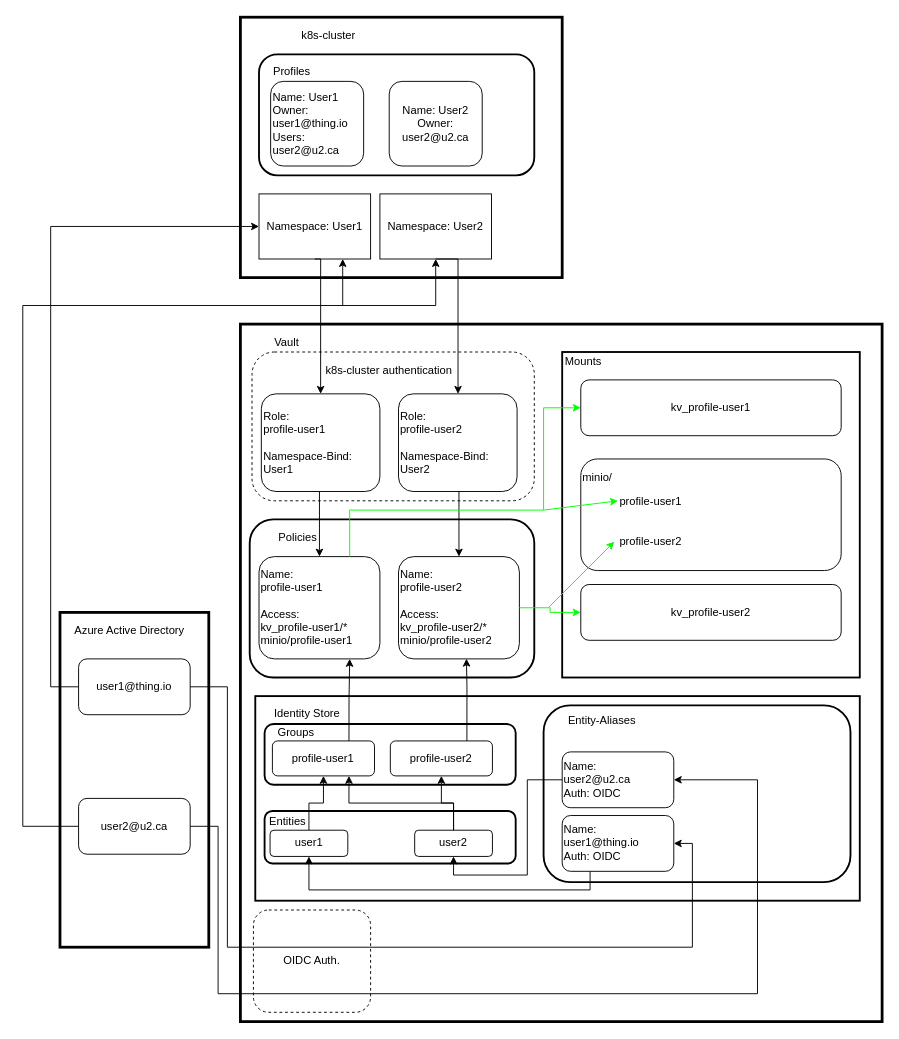
This is docs/images/kubeflow-controller.drawio from StatCan/aaw-kubeflow-controller, a draw.io file, before an edit. Source tidied: cells renumbered, new cells numbered last; positions are measured from the earlier drawing's top-left corner, leaving out a move shared by most shapes. Both pictures are drawn from the tidied source at 93%, with x=0, y=0 at pixel (22, 17).
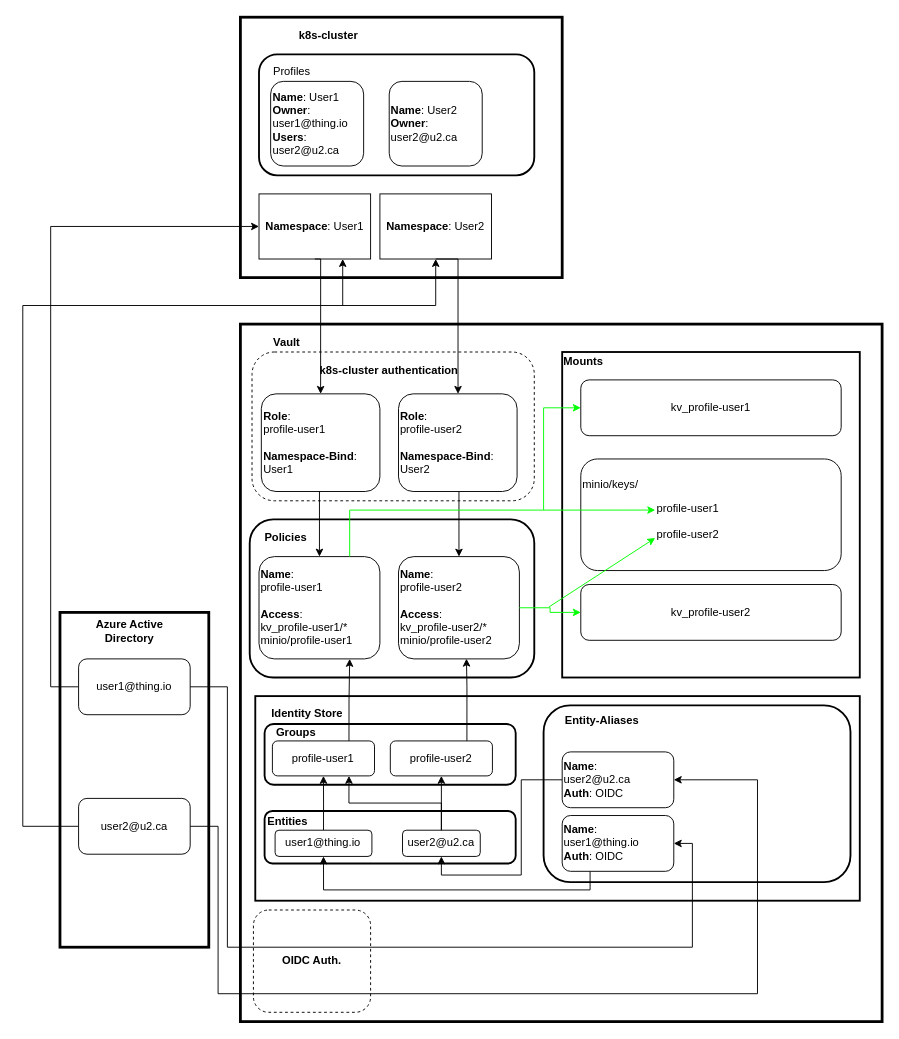
The same diagram, later.

Commit message (it also covers changes not shown here):
chore(docs + diagram): Updated the diagram to be more legible.

Change to the diagram source:
```diff
@@
-    <mxCell id="3" value="k8s-cluster" style="text;html=1;strokeColor=none;fillColor=none;align=center;verticalAlign=middle;whiteSpace=wrap;rounded=0;" parent="1" vertex="1">
+    <mxCell id="3" value="k8s-cluster" style="text;html=1;strokeColor=none;fillColor=none;align=center;verticalAlign=middle;whiteSpace=wrap;rounded=0;fontStyle=1;" parent="1" vertex="1">
       <mxGeometry x="244" y="10" width="170" height="20" as="geometry" />
     </mxCell>
@@
-    <mxCell id="6" value="&lt;div align=&quot;left&quot;&gt;Name: User1&lt;br&gt;Owner: user1@thing.io&lt;br&gt;Users:&lt;br&gt;&lt;/div&gt;&lt;div align=&quot;left&quot;&gt;user2@u2.ca&lt;br&gt;&lt;/div&gt;" style="rounded=1;whiteSpace=wrap;html=1;align=left;" parent="1" vertex="1">
+    <mxCell id="6" value="&lt;div align=&quot;left&quot;&gt;&lt;b&gt;Name&lt;/b&gt;: User1&lt;br&gt;&lt;b&gt;Owner&lt;/b&gt;: user1@thing.io&lt;br&gt;&lt;b&gt;Users&lt;/b&gt;:&lt;br&gt;&lt;/div&gt;&lt;div align=&quot;left&quot;&gt;user2@u2.ca&lt;br&gt;&lt;/div&gt;" style="rounded=1;whiteSpace=wrap;html=1;align=left;" parent="1" vertex="1">
       <mxGeometry x="266.5" y="69" width="100" height="91" as="geometry" />
     </mxCell>
-    <mxCell id="7" value="&lt;div&gt;Name: User2&lt;/div&gt;&lt;div&gt;Owner: &lt;br&gt;&lt;/div&gt;&lt;div&gt;user2@u2.ca&lt;br&gt;&lt;/div&gt;" style="rounded=1;whiteSpace=wrap;html=1;" parent="1" vertex="1">
+    <mxCell id="7" value="&lt;div&gt;&lt;b&gt;Name&lt;/b&gt;: User2&lt;/div&gt;&lt;div&gt;&lt;b&gt;Owner&lt;/b&gt;: &lt;br&gt;&lt;/div&gt;&lt;div&gt;user2@u2.ca&lt;br&gt;&lt;/div&gt;" style="rounded=1;whiteSpace=wrap;html=1;align=left;" parent="1" vertex="1">
       <mxGeometry x="394" y="69" width="100" height="91" as="geometry" />
     </mxCell>
-    <mxCell id="8" value="Namespace: User1" style="rounded=0;whiteSpace=wrap;html=1;" parent="1" vertex="1">
+    <mxCell id="8" value="&lt;b&gt;Namespace&lt;/b&gt;: User1" style="rounded=0;whiteSpace=wrap;html=1;" parent="1" vertex="1">
       <mxGeometry x="254" y="190" width="120" height="70" as="geometry" />
     </mxCell>
-    <mxCell id="9" value="Namespace: User2" style="rounded=0;whiteSpace=wrap;html=1;" parent="1" vertex="1">
+    <mxCell id="9" value="&lt;b&gt;Namespace&lt;/b&gt;: User2" style="rounded=0;whiteSpace=wrap;html=1;" parent="1" vertex="1">
       <mxGeometry x="384" y="190" width="120" height="70" as="geometry" />
     </mxCell>
@@
-    <mxCell id="12" value="k8s-cluster authentication" style="text;html=1;strokeColor=none;fillColor=none;align=center;verticalAlign=middle;whiteSpace=wrap;rounded=0;" parent="1" vertex="1">
+    <mxCell id="12" value="k8s-cluster authentication" style="text;html=1;strokeColor=none;fillColor=none;align=center;verticalAlign=middle;whiteSpace=wrap;rounded=0;fontStyle=1;" parent="1" vertex="1">
       <mxGeometry x="284" y="370" width="220" height="20" as="geometry" />
     </mxCell>
-    <mxCell id="13" value="&lt;div&gt;Vault&lt;/div&gt;" style="text;html=1;strokeColor=none;fillColor=none;align=center;verticalAlign=middle;whiteSpace=wrap;rounded=0;" parent="1" vertex="1">
+    <mxCell id="13" value="&lt;div&gt;Vault&lt;/div&gt;" style="text;html=1;strokeColor=none;fillColor=none;align=center;verticalAlign=middle;whiteSpace=wrap;rounded=0;fontStyle=1;" parent="1" vertex="1">
       <mxGeometry x="264" y="340" width="40" height="20" as="geometry" />
     </mxCell>
-    <mxCell id="14" value="&lt;div align=&quot;left&quot;&gt;Role: &lt;br&gt;&lt;/div&gt;&lt;div align=&quot;left&quot;&gt;profile-user1&lt;/div&gt;&lt;div align=&quot;left&quot;&gt;&lt;br&gt;&lt;/div&gt;&lt;div align=&quot;left&quot;&gt;Namespace-Bind:&lt;/div&gt;&lt;div align=&quot;left&quot;&gt;User1&lt;br&gt;&lt;/div&gt;" style="rounded=1;whiteSpace=wrap;html=1;align=left;" parent="1" vertex="1">
+    <mxCell id="14" value="&lt;div align=&quot;left&quot;&gt;&lt;b&gt;Role&lt;/b&gt;: &lt;br&gt;&lt;/div&gt;&lt;div align=&quot;left&quot;&gt;profile-user1&lt;/div&gt;&lt;div align=&quot;left&quot;&gt;&lt;br&gt;&lt;/div&gt;&lt;div align=&quot;left&quot;&gt;&lt;b&gt;Namespace-Bind&lt;/b&gt;:&lt;/div&gt;&lt;div align=&quot;left&quot;&gt;User1&lt;br&gt;&lt;/div&gt;" style="rounded=1;whiteSpace=wrap;html=1;align=left;" parent="1" vertex="1">
       <mxGeometry x="256.5" y="405" width="127.5" height="105" as="geometry" />
     </mxCell>
@@
-    <mxCell id="16" value="&lt;div&gt;Name:&lt;/div&gt;&lt;div&gt;profile-user1&lt;/div&gt;&lt;div&gt;&lt;br&gt;&lt;/div&gt;&lt;div&gt;Access:&lt;/div&gt;&lt;div&gt;kv_profile-user1/*&lt;/div&gt;&lt;div&gt;minio/profile-user1&lt;br&gt;&lt;/div&gt;" style="rounded=1;whiteSpace=wrap;html=1;align=left;" parent="1" vertex="1">
+    <mxCell id="16" value="&lt;div&gt;&lt;b&gt;Name&lt;/b&gt;:&lt;/div&gt;&lt;div&gt;profile-user1&lt;/div&gt;&lt;div&gt;&lt;br&gt;&lt;/div&gt;&lt;div&gt;&lt;b&gt;Access&lt;/b&gt;:&lt;/div&gt;&lt;div&gt;kv_profile-user1/*&lt;/div&gt;&lt;div&gt;minio/profile-user1&lt;br&gt;&lt;/div&gt;" style="rounded=1;whiteSpace=wrap;html=1;align=left;" parent="1" vertex="1">
       <mxGeometry x="254" y="580" width="130" height="110" as="geometry" />
     </mxCell>
-    <mxCell id="17" value="Policies" style="text;html=1;strokeColor=none;fillColor=none;align=center;verticalAlign=middle;whiteSpace=wrap;rounded=0;" parent="1" vertex="1">
-      <mxGeometry x="256.5" y="550" width="77.5" height="20" as="geometry" />
+    <mxCell id="17" value="Policies" style="text;html=1;strokeColor=none;fillColor=none;align=center;verticalAlign=middle;whiteSpace=wrap;rounded=0;fontStyle=1;" parent="1" vertex="1">
+      <mxGeometry x="244" y="550" width="77.5" height="20" as="geometry" />
     </mxCell>
-    <mxCell id="18" value="&lt;div&gt;Name:&lt;/div&gt;&lt;div&gt;profile-user2&lt;/div&gt;&lt;div&gt;&lt;br&gt;&lt;/div&gt;&lt;div&gt;Access:&lt;/div&gt;&lt;div&gt;kv_profile-user2/*&lt;/div&gt;&lt;div&gt;minio/profile-user2&lt;/div&gt;" style="rounded=1;whiteSpace=wrap;html=1;align=left;" parent="1" vertex="1">
+    <mxCell id="18" value="&lt;div&gt;&lt;b&gt;Name&lt;/b&gt;:&lt;/div&gt;&lt;div&gt;profile-user2&lt;/div&gt;&lt;div&gt;&lt;br&gt;&lt;/div&gt;&lt;div&gt;&lt;b&gt;Access&lt;/b&gt;:&lt;/div&gt;&lt;div&gt;kv_profile-user2/*&lt;/div&gt;&lt;div&gt;minio/profile-user2&lt;/div&gt;" style="rounded=1;whiteSpace=wrap;html=1;align=left;" parent="1" vertex="1">
       <mxGeometry x="404" y="580" width="130" height="110" as="geometry" />
     </mxCell>
@@
-    <mxCell id="20" value="&lt;div align=&quot;left&quot;&gt;Role: &lt;br&gt;&lt;/div&gt;&lt;div align=&quot;left&quot;&gt;profile-user2&lt;/div&gt;&lt;div align=&quot;left&quot;&gt;&lt;br&gt;&lt;/div&gt;&lt;div align=&quot;left&quot;&gt;Namespace-Bind:&lt;/div&gt;&lt;div align=&quot;left&quot;&gt;User2&lt;br&gt;&lt;/div&gt;" style="rounded=1;whiteSpace=wrap;html=1;align=left;" parent="1" vertex="1">
+    <mxCell id="20" value="&lt;div align=&quot;left&quot;&gt;&lt;b&gt;Role&lt;/b&gt;: &lt;br&gt;&lt;/div&gt;&lt;div align=&quot;left&quot;&gt;profile-user2&lt;/div&gt;&lt;div align=&quot;left&quot;&gt;&lt;br&gt;&lt;/div&gt;&lt;div align=&quot;left&quot;&gt;&lt;b&gt;Namespace-Bind&lt;/b&gt;:&lt;/div&gt;&lt;div align=&quot;left&quot;&gt;User2&lt;br&gt;&lt;/div&gt;" style="rounded=1;whiteSpace=wrap;html=1;align=left;" parent="1" vertex="1">
       <mxGeometry x="404" y="405" width="127.5" height="105" as="geometry" />
     </mxCell>
@@
-    <mxCell id="24" value="OIDC Auth." style="rounded=1;whiteSpace=wrap;html=1;align=center;dashed=1;" parent="1" vertex="1">
+    <mxCell id="24" value="&lt;b&gt;OIDC Auth.&lt;/b&gt;" style="rounded=1;whiteSpace=wrap;html=1;align=center;dashed=1;" parent="1" vertex="1">
       <mxGeometry x="248" y="960" width="126" height="110" as="geometry" />
     </mxCell>
@@
-    <mxCell id="26" value="Azure Active Directory" style="text;html=1;strokeColor=none;fillColor=none;align=center;verticalAlign=middle;whiteSpace=wrap;rounded=0;" parent="1" vertex="1">
+    <mxCell id="26" value="Azure Active Directory" style="text;html=1;strokeColor=none;fillColor=none;align=center;verticalAlign=middle;whiteSpace=wrap;rounded=0;fontStyle=1;" parent="1" vertex="1">
       <mxGeometry x="50" y="650" width="130" height="20" as="geometry" />
     </mxCell>
@@
-    <mxCell id="33" style="group;strokeWidth=2;" parent="1" vertex="1">
+    <mxCell id="33" style="group;strokeWidth=2;fontStyle=0;" parent="1" vertex="1">
       <mxGeometry x="260" y="750" width="566" height="160" as="geometry" />
     </mxCell>
@@
-    <mxCell id="35" value="Groups" style="text;html=1;strokeColor=none;fillColor=none;align=center;verticalAlign=middle;whiteSpace=wrap;rounded=0;" parent="33" vertex="1">
+    <mxCell id="35" value="Groups" style="text;html=1;strokeColor=none;fillColor=none;align=center;verticalAlign=middle;whiteSpace=wrap;rounded=0;fontStyle=1;" parent="33" vertex="1">
       <mxGeometry x="16.9" y="9.4" width="33.8" height="18.8" as="geometry" />
     </mxCell>
@@
-    <mxCell id="39" value="Entities" style="text;html=1;strokeColor=none;fillColor=none;align=center;verticalAlign=middle;whiteSpace=wrap;rounded=0;" parent="33" vertex="1">
+    <mxCell id="39" value="Entities" style="text;html=1;strokeColor=none;fillColor=none;align=center;verticalAlign=middle;whiteSpace=wrap;rounded=0;fontStyle=1;" parent="33" vertex="1">
       <mxGeometry x="8.4" y="105.4" width="33.8" height="18.8" as="geometry" />
     </mxCell>
@@
-    <mxCell id="41" value="&lt;div align=&quot;center&quot;&gt;user1&lt;/div&gt;" style="rounded=1;whiteSpace=wrap;html=1;align=center;" parent="33" vertex="1">
-      <mxGeometry x="5.9" y="124.2" width="83.6" height="28.2" as="geometry" />
+    <mxCell id="41" value="&lt;div&gt;user1@thing.io&lt;/div&gt;" style="rounded=1;whiteSpace=wrap;html=1;align=center;" parent="33" vertex="1">
+      <mxGeometry x="11.3" y="124.2" width="104.1" height="28.2" as="geometry" />
     </mxCell>
@@
-    <mxCell id="43" value="&lt;div align=&quot;center&quot;&gt;user2&lt;/div&gt;" style="rounded=1;whiteSpace=wrap;html=1;align=center;" parent="33" vertex="1">
-      <mxGeometry x="161.4" y="124.2" width="83.6" height="28.2" as="geometry" />
+    <mxCell id="43" value="&lt;div align=&quot;center&quot;&gt;user2@u2.ca&lt;/div&gt;" style="rounded=1;whiteSpace=wrap;html=1;align=center;" parent="33" vertex="1">
+      <mxGeometry x="148.3" y="124.2" width="83.6" height="28.2" as="geometry" />
     </mxCell>
@@
-    <mxCell id="45" value="Identity Store" style="text;html=1;strokeColor=none;fillColor=none;align=center;verticalAlign=middle;whiteSpace=wrap;rounded=0;" parent="1" vertex="1">
+    <mxCell id="45" value="Identity Store" style="text;html=1;strokeColor=none;fillColor=none;align=center;verticalAlign=middle;whiteSpace=wrap;rounded=0;fontStyle=1;" parent="1" vertex="1">
       <mxGeometry x="262" y="739" width="88" height="20" as="geometry" />
     </mxCell>
@@
-    <mxCell id="50" value="&lt;div&gt;Mounts&lt;/div&gt;" style="text;html=1;strokeColor=none;fillColor=none;align=center;verticalAlign=middle;whiteSpace=wrap;rounded=0;" parent="1" vertex="1">
+    <mxCell id="50" value="&lt;div&gt;Mounts&lt;/div&gt;" style="text;html=1;strokeColor=none;fillColor=none;align=center;verticalAlign=middle;whiteSpace=wrap;rounded=0;fontStyle=1;" parent="1" vertex="1">
       <mxGeometry x="583" y="360" width="40" height="20" as="geometry" />
     </mxCell>
@@
-    <mxCell id="52" value="&lt;div align=&quot;left&quot;&gt;minio/&lt;/div&gt;&lt;blockquote&gt;profile-user1&lt;br&gt;&lt;br&gt;&lt;br&gt;profile-user2&lt;br&gt;&lt;/blockquote&gt;" style="rounded=1;whiteSpace=wrap;html=1;align=left;" parent="1" vertex="1">
+    <mxCell id="52" value="&lt;div align=&quot;left&quot;&gt;minio/keys/&lt;/div&gt;&lt;blockquote&gt;&lt;blockquote&gt;profile-user1&lt;br&gt;&lt;/blockquote&gt;&lt;blockquote&gt;profile-user2&lt;br&gt;&lt;/blockquote&gt;&lt;/blockquote&gt;" style="rounded=1;whiteSpace=wrap;html=1;align=left;" parent="1" vertex="1">
       <mxGeometry x="600" y="475" width="280" height="120" as="geometry" />
     </mxCell>
@@
-    <mxCell id="54" style="endArrow=classic;html=1;strokeColor=#00FF00;" parent="1" edge="1">
+    <mxCell id="54" style="endArrow=classic;html=1;strokeColor=#00FF00;entryX=0.286;entryY=0.458;entryDx=0;entryDy=0;entryPerimeter=0;" parent="1" edge="1" target="52">
       <mxGeometry relative="1" as="geometry">
         <mxPoint x="560" y="530" as="sourcePoint" />
-        <mxPoint x="640" y="520" as="targetPoint" />
       </mxGeometry>
     </mxCell>
@@
-    <mxCell id="56" style="endArrow=classic;html=1;strokeColor=#00FF00;entryX=0.143;entryY=0.708;entryDx=0;entryDy=0;entryPerimeter=0;" parent="1" edge="1">
+    <mxCell id="56" style="endArrow=classic;html=1;strokeColor=#00FF00;" parent="1" edge="1">
       <mxGeometry relative="1" as="geometry">
         <mxPoint x="566" y="634" as="sourcePoint" />
-        <mxPoint x="636" y="564" as="targetPoint" />
+        <mxPoint x="680" y="560" as="targetPoint" />
       </mxGeometry>
     </mxCell>
@@
-    <mxCell id="58" value="Entity-Aliases" style="text;html=1;strokeColor=none;fillColor=none;align=center;verticalAlign=middle;whiteSpace=wrap;rounded=0;" parent="1" vertex="1">
+    <mxCell id="58" value="Entity-Aliases" style="text;html=1;strokeColor=none;fillColor=none;align=center;verticalAlign=middle;whiteSpace=wrap;rounded=0;fontStyle=1;" parent="1" vertex="1">
       <mxGeometry x="570" y="750" width="106" height="14.5" as="geometry" />
     </mxCell>
@@
-    <mxCell id="60" value="&lt;div&gt;Name: user1@thing.io&lt;/div&gt;&lt;div&gt;Auth: OIDC&lt;br&gt;&lt;/div&gt;" style="rounded=1;whiteSpace=wrap;html=1;align=left;" parent="1" vertex="1">
+    <mxCell id="60" value="&lt;div&gt;&lt;b&gt;Name&lt;/b&gt;: user1@thing.io&lt;/div&gt;&lt;div&gt;&lt;b&gt;Auth&lt;/b&gt;: OIDC&lt;br&gt;&lt;/div&gt;" style="rounded=1;whiteSpace=wrap;html=1;align=left;" parent="1" vertex="1">
       <mxGeometry x="580" y="858.4" width="120" height="60" as="geometry" />
     </mxCell>
@@
-    <mxCell id="62" value="&lt;div&gt;Name: &lt;br&gt;&lt;/div&gt;&lt;div&gt;user2@u2.ca&lt;/div&gt;&lt;div&gt;Auth: OIDC&lt;br&gt;&lt;/div&gt;" style="rounded=1;whiteSpace=wrap;html=1;align=left;" parent="1" vertex="1">
+    <mxCell id="62" value="&lt;div&gt;&lt;b&gt;Name&lt;/b&gt;: &lt;br&gt;&lt;/div&gt;&lt;div&gt;user2@u2.ca&lt;/div&gt;&lt;div&gt;&lt;b&gt;Auth&lt;/b&gt;: OIDC&lt;br&gt;&lt;/div&gt;" style="rounded=1;whiteSpace=wrap;html=1;align=left;" parent="1" vertex="1">
       <mxGeometry x="580" y="790" width="120" height="60" as="geometry" />
     </mxCell>
```
